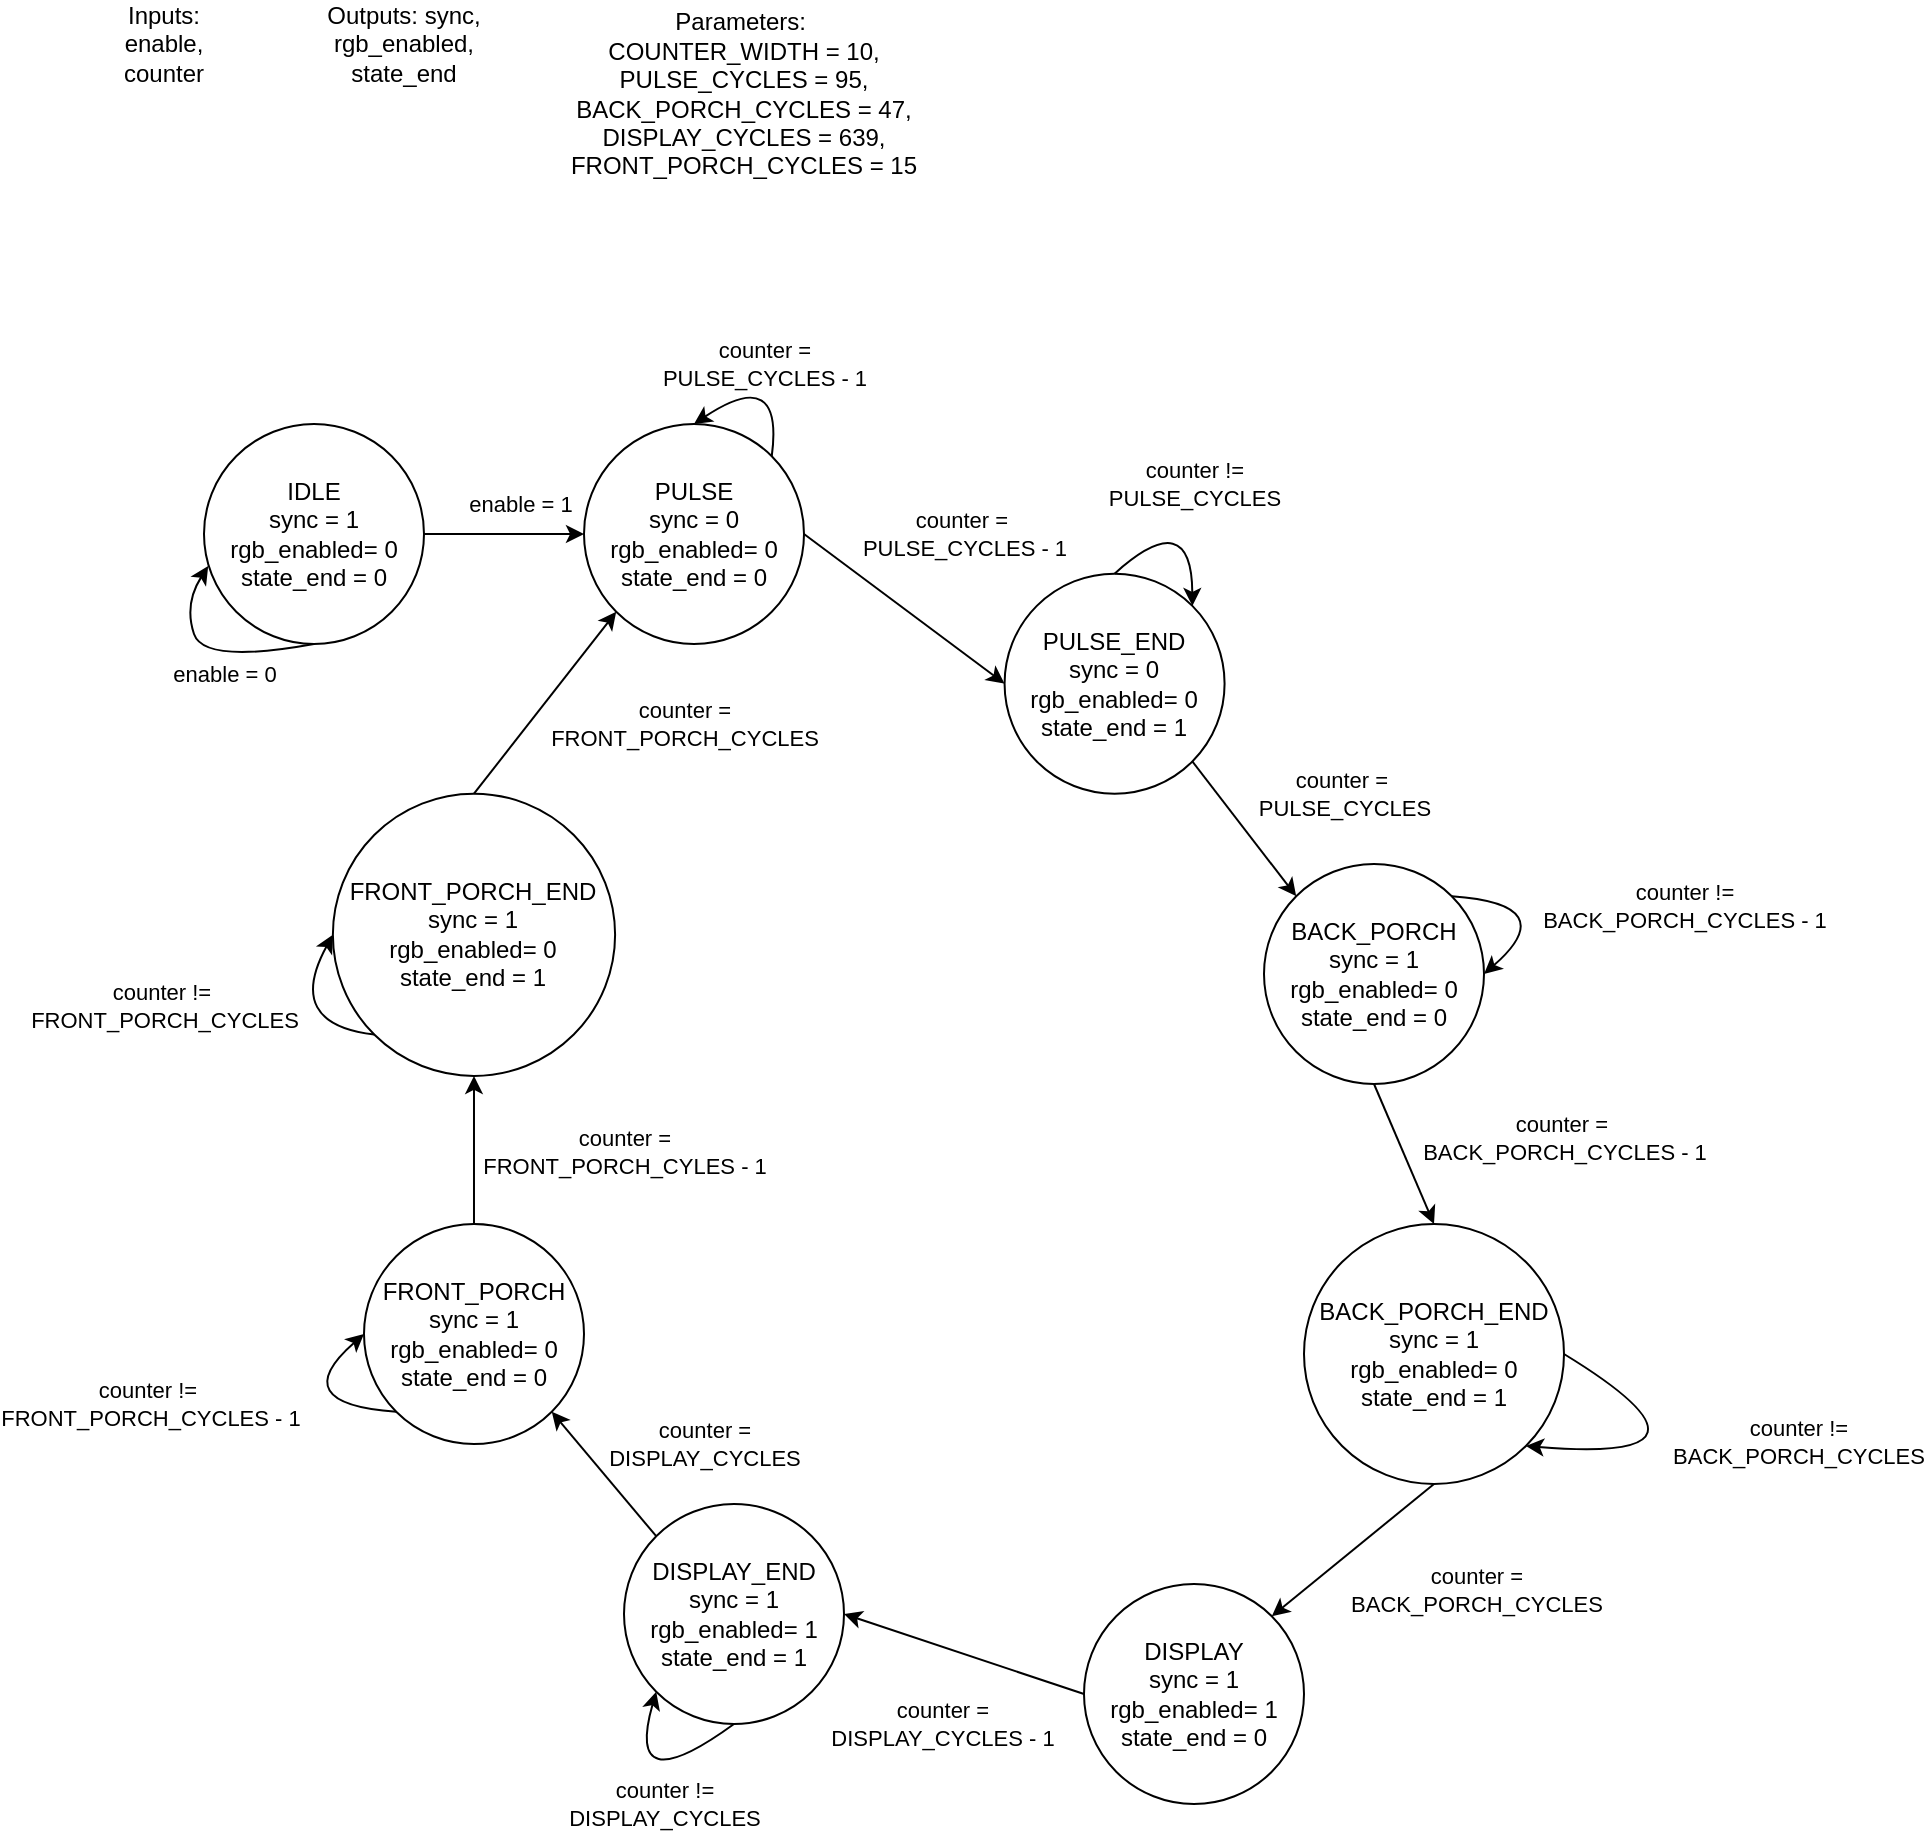
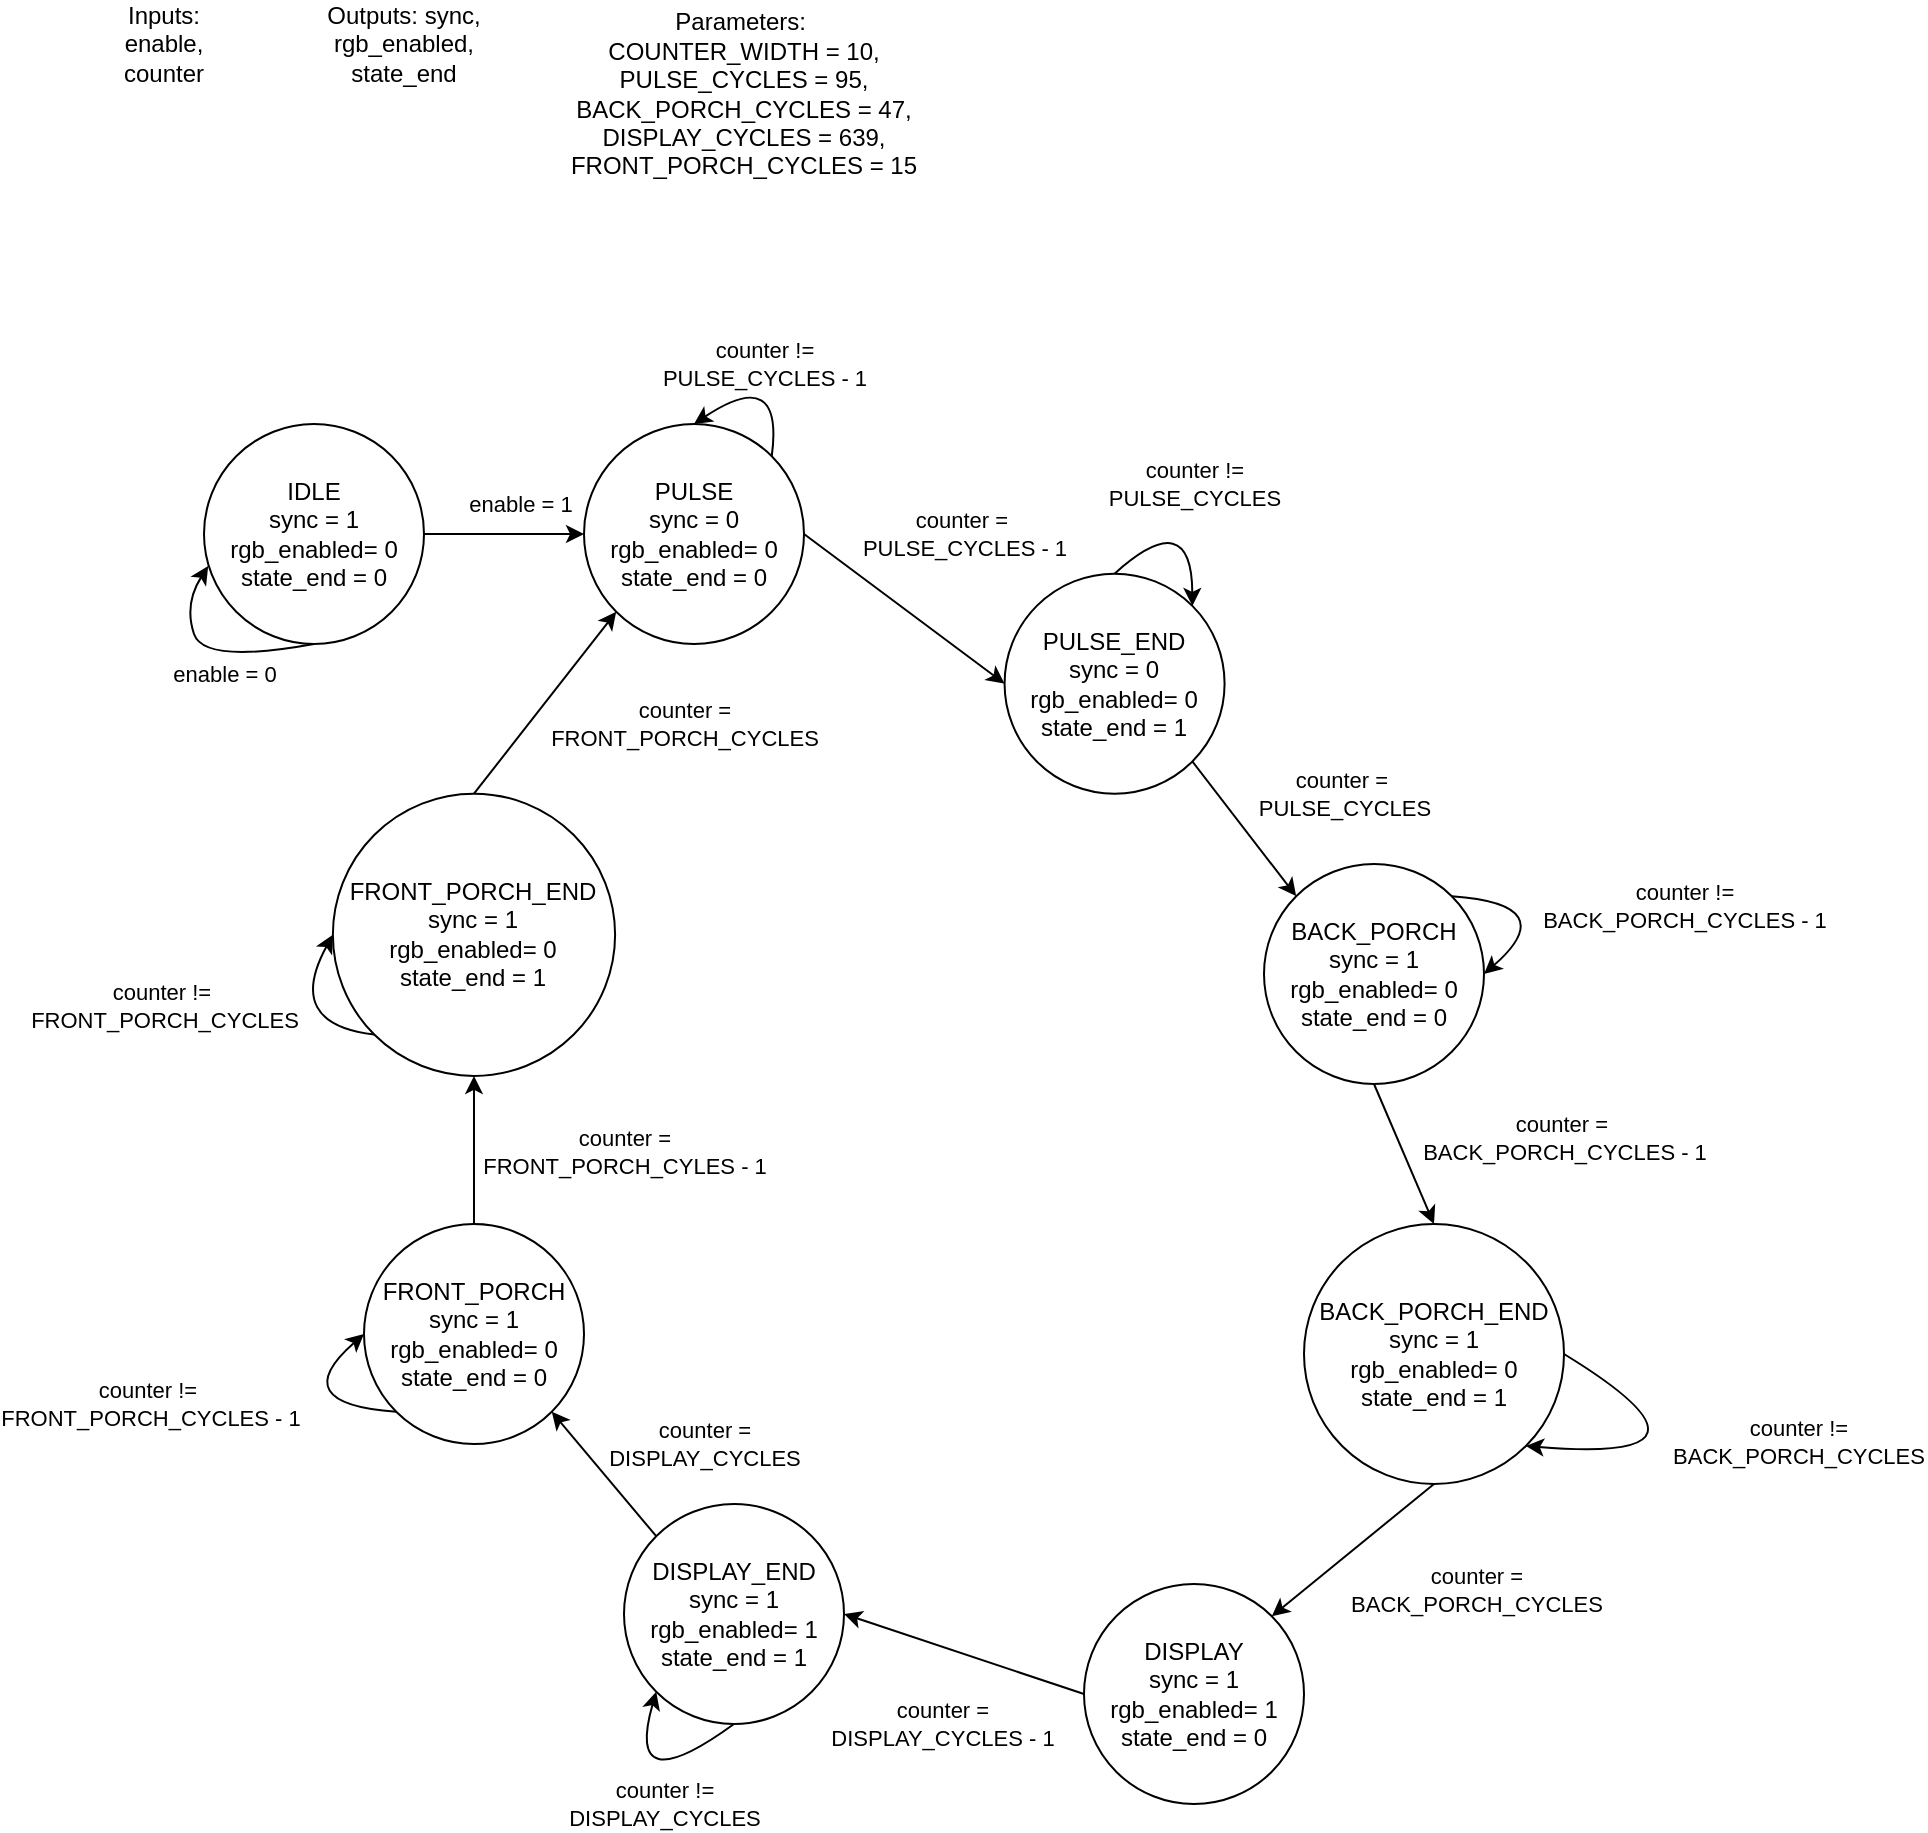
- <mxfile host="app.diagrams.net" agent="Mozilla/5.0 (Windows NT 10.0; Win64; x64) AppleWebKit/537.36 (KHTML, like Gecko) Chrome/131.0.0.0 Safari/537.36" version="24.9.0">
+ <mxfile host="app.diagrams.net" agent="Mozilla/5.0 (Windows NT 10.0; Win64; x64) AppleWebKit/537.36 (KHTML, like Gecko) Chrome/131.0.0.0 Safari/537.36" version="24.9.1">
  <diagram id="BSkb4SuryB6Not0z9dpE" name="Page-1">
-     <mxGraphModel dx="2868" dy="1476" grid="1" gridSize="10" guides="1" tooltips="1" connect="1" arrows="1" fold="1" page="1" pageScale="1" pageWidth="1169" pageHeight="1654" math="0" shadow="0">
+     <mxGraphModel dx="3243" dy="1098" grid="1" gridSize="10" guides="1" tooltips="1" connect="1" arrows="1" fold="1" page="1" pageScale="1" pageWidth="1169" pageHeight="1654" math="0" shadow="0">
      <root>
        <mxCell id="0" />
        <mxCell id="1" parent="0" />
-         <mxCell id="grUWPuFfjGzzOiQp5CND-1" style="edgeStyle=orthogonalEdgeStyle;rounded=0;orthogonalLoop=1;jettySize=auto;html=1;exitX=1;exitY=0.5;exitDx=0;exitDy=0;entryX=0;entryY=0.5;entryDx=0;entryDy=0;" edge="1" parent="1" source="grUWPuFfjGzzOiQp5CND-3" target="grUWPuFfjGzzOiQp5CND-8">
+         <mxCell id="grUWPuFfjGzzOiQp5CND-1" style="edgeStyle=orthogonalEdgeStyle;rounded=0;orthogonalLoop=1;jettySize=auto;html=1;exitX=1;exitY=0.5;exitDx=0;exitDy=0;entryX=0;entryY=0.5;entryDx=0;entryDy=0;" parent="1" source="grUWPuFfjGzzOiQp5CND-3" target="grUWPuFfjGzzOiQp5CND-8" edge="1">
          <mxGeometry relative="1" as="geometry">
            <mxPoint x="290" y="305" as="targetPoint" />
          </mxGeometry>
        </mxCell>
-         <mxCell id="grUWPuFfjGzzOiQp5CND-32" value="enable = 1" style="edgeLabel;html=1;align=center;verticalAlign=middle;resizable=0;points=[];" vertex="1" connectable="0" parent="grUWPuFfjGzzOiQp5CND-1">
+         <mxCell id="grUWPuFfjGzzOiQp5CND-32" value="enable = 1" style="edgeLabel;html=1;align=center;verticalAlign=middle;resizable=0;points=[];" parent="grUWPuFfjGzzOiQp5CND-1" vertex="1" connectable="0">
          <mxGeometry x="0.1821" y="1" relative="1" as="geometry">
            <mxPoint y="-14" as="offset" />
          </mxGeometry>
        </mxCell>
-         <mxCell id="grUWPuFfjGzzOiQp5CND-3" value="IDLE&lt;div&gt;sync = 1&lt;/div&gt;&lt;div&gt;rgb_enabled= 0&lt;/div&gt;&lt;div&gt;state_end = 0&lt;/div&gt;" style="ellipse;whiteSpace=wrap;html=1;aspect=fixed;" vertex="1" parent="1">
+         <mxCell id="grUWPuFfjGzzOiQp5CND-3" value="IDLE&lt;div&gt;sync = 1&lt;/div&gt;&lt;div&gt;rgb_enabled= 0&lt;/div&gt;&lt;div&gt;state_end = 0&lt;/div&gt;" style="ellipse;whiteSpace=wrap;html=1;aspect=fixed;" parent="1" vertex="1">
          <mxGeometry x="100" y="250" width="110" height="110" as="geometry" />
        </mxCell>
-         <mxCell id="grUWPuFfjGzzOiQp5CND-4" value="Inputs: enable, counter" style="text;html=1;align=center;verticalAlign=middle;whiteSpace=wrap;rounded=0;" vertex="1" parent="1">
+         <mxCell id="grUWPuFfjGzzOiQp5CND-4" value="Inputs: enable, counter" style="text;html=1;align=center;verticalAlign=middle;whiteSpace=wrap;rounded=0;" parent="1" vertex="1">
          <mxGeometry x="40" y="40" width="80" height="40" as="geometry" />
        </mxCell>
-         <mxCell id="grUWPuFfjGzzOiQp5CND-5" value="Outputs: sync,&lt;div&gt;rgb_enabled,&lt;/div&gt;&lt;div&gt;state_end&lt;/div&gt;" style="text;html=1;align=center;verticalAlign=middle;whiteSpace=wrap;rounded=0;" vertex="1" parent="1">
+         <mxCell id="grUWPuFfjGzzOiQp5CND-5" value="Outputs: sync,&lt;div&gt;rgb_enabled,&lt;/div&gt;&lt;div&gt;state_end&lt;/div&gt;" style="text;html=1;align=center;verticalAlign=middle;whiteSpace=wrap;rounded=0;" parent="1" vertex="1">
          <mxGeometry x="160" y="40" width="80" height="40" as="geometry" />
        </mxCell>
-         <mxCell id="grUWPuFfjGzzOiQp5CND-6" value="" style="curved=1;endArrow=classic;html=1;rounded=0;exitX=0.5;exitY=1;exitDx=0;exitDy=0;entryX=0.019;entryY=0.646;entryDx=0;entryDy=0;entryPerimeter=0;" edge="1" parent="1" source="grUWPuFfjGzzOiQp5CND-3" target="grUWPuFfjGzzOiQp5CND-3">
+         <mxCell id="grUWPuFfjGzzOiQp5CND-6" value="" style="curved=1;endArrow=classic;html=1;rounded=0;exitX=0.5;exitY=1;exitDx=0;exitDy=0;entryX=0.019;entryY=0.646;entryDx=0;entryDy=0;entryPerimeter=0;" parent="1" source="grUWPuFfjGzzOiQp5CND-3" target="grUWPuFfjGzzOiQp5CND-3" edge="1">
          <mxGeometry width="50" height="50" relative="1" as="geometry">
            <mxPoint x="120" y="440" as="sourcePoint" />
            <mxPoint x="170" y="390" as="targetPoint" />
            <Array as="points">
              <mxPoint x="100" y="370" />
              <mxPoint x="90" y="340" />
            </Array>
          </mxGeometry>
        </mxCell>
-         <mxCell id="grUWPuFfjGzzOiQp5CND-33" value="enable = 0" style="edgeLabel;html=1;align=center;verticalAlign=middle;resizable=0;points=[];" vertex="1" connectable="0" parent="grUWPuFfjGzzOiQp5CND-6">
+         <mxCell id="grUWPuFfjGzzOiQp5CND-33" value="enable = 0" style="edgeLabel;html=1;align=center;verticalAlign=middle;resizable=0;points=[];" parent="grUWPuFfjGzzOiQp5CND-6" vertex="1" connectable="0">
          <mxGeometry x="-0.1775" y="-4" relative="1" as="geometry">
            <mxPoint y="11" as="offset" />
          </mxGeometry>
        </mxCell>
-         <mxCell id="grUWPuFfjGzzOiQp5CND-8" value="PULSE&lt;div&gt;sync = 0&lt;/div&gt;&lt;div&gt;rgb_enabled= 0&lt;/div&gt;&lt;div&gt;state_end = 0&lt;/div&gt;" style="ellipse;whiteSpace=wrap;html=1;aspect=fixed;" vertex="1" parent="1">
+         <mxCell id="grUWPuFfjGzzOiQp5CND-8" value="PULSE&lt;div&gt;sync = 0&lt;/div&gt;&lt;div&gt;rgb_enabled= 0&lt;/div&gt;&lt;div&gt;state_end = 0&lt;/div&gt;" style="ellipse;whiteSpace=wrap;html=1;aspect=fixed;" parent="1" vertex="1">
          <mxGeometry x="290" y="250" width="110" height="110" as="geometry" />
        </mxCell>
-         <mxCell id="grUWPuFfjGzzOiQp5CND-9" value="" style="curved=1;endArrow=classic;html=1;rounded=0;exitX=1;exitY=0;exitDx=0;exitDy=0;entryX=0.5;entryY=0;entryDx=0;entryDy=0;" edge="1" parent="1" source="grUWPuFfjGzzOiQp5CND-8" target="grUWPuFfjGzzOiQp5CND-8">
+         <mxCell id="grUWPuFfjGzzOiQp5CND-9" value="" style="curved=1;endArrow=classic;html=1;rounded=0;exitX=1;exitY=0;exitDx=0;exitDy=0;entryX=0.5;entryY=0;entryDx=0;entryDy=0;" parent="1" source="grUWPuFfjGzzOiQp5CND-8" target="grUWPuFfjGzzOiQp5CND-8" edge="1">
          <mxGeometry width="50" height="50" relative="1" as="geometry">
            <mxPoint x="310" y="440" as="sourcePoint" />
            <mxPoint x="360" y="390" as="targetPoint" />
            <Array as="points">
              <mxPoint x="390" y="220" />
            </Array>
          </mxGeometry>
        </mxCell>
-         <mxCell id="grUWPuFfjGzzOiQp5CND-34" value="counter =&lt;div&gt;PULSE_CYCLES - 1&lt;/div&gt;" style="edgeLabel;html=1;align=center;verticalAlign=middle;resizable=0;points=[];" vertex="1" connectable="0" parent="grUWPuFfjGzzOiQp5CND-9">
+         <mxCell id="grUWPuFfjGzzOiQp5CND-34" value="counter !=&lt;div&gt;PULSE_CYCLES - 1&lt;/div&gt;" style="edgeLabel;html=1;align=center;verticalAlign=middle;resizable=0;points=[];" parent="grUWPuFfjGzzOiQp5CND-9" vertex="1" connectable="0">
          <mxGeometry x="-0.529" y="7" relative="1" as="geometry">
            <mxPoint y="-22" as="offset" />
          </mxGeometry>
        </mxCell>
-         <mxCell id="grUWPuFfjGzzOiQp5CND-13" value="Parameters:&amp;nbsp;&lt;div&gt;COUNTER_WIDTH = 10,&lt;div&gt;PULSE_CYCLES = 95,&lt;/div&gt;&lt;div&gt;BACK_PORCH_CYCLES = 47,&lt;/div&gt;&lt;/div&gt;&lt;div&gt;DISPLAY_CYCLES = 639,&lt;/div&gt;&lt;div&gt;FRONT_PORCH_CYCLES = 15&lt;/div&gt;" style="text;html=1;align=center;verticalAlign=middle;whiteSpace=wrap;rounded=0;" vertex="1" parent="1">
+         <mxCell id="grUWPuFfjGzzOiQp5CND-13" value="Parameters:&amp;nbsp;&lt;div&gt;COUNTER_WIDTH = 10,&lt;div&gt;PULSE_CYCLES = 95,&lt;/div&gt;&lt;div&gt;BACK_PORCH_CYCLES = 47,&lt;/div&gt;&lt;/div&gt;&lt;div&gt;DISPLAY_CYCLES = 639,&lt;/div&gt;&lt;div&gt;FRONT_PORCH_CYCLES = 15&lt;/div&gt;" style="text;html=1;align=center;verticalAlign=middle;whiteSpace=wrap;rounded=0;" parent="1" vertex="1">
          <mxGeometry x="280" y="40" width="180" height="90" as="geometry" />
        </mxCell>
-         <mxCell id="grUWPuFfjGzzOiQp5CND-14" value="PULSE_END&lt;div&gt;sync = 0&lt;/div&gt;&lt;div&gt;rgb_enabled= 0&lt;/div&gt;&lt;div&gt;state_end = 1&lt;/div&gt;" style="ellipse;whiteSpace=wrap;html=1;aspect=fixed;" vertex="1" parent="1">
+         <mxCell id="grUWPuFfjGzzOiQp5CND-14" value="PULSE_END&lt;div&gt;sync = 0&lt;/div&gt;&lt;div&gt;rgb_enabled= 0&lt;/div&gt;&lt;div&gt;state_end = 1&lt;/div&gt;" style="ellipse;whiteSpace=wrap;html=1;aspect=fixed;" parent="1" vertex="1">
          <mxGeometry x="500.29" y="324.84000000000003" width="110" height="110" as="geometry" />
        </mxCell>
-         <mxCell id="grUWPuFfjGzzOiQp5CND-18" value="" style="endArrow=classic;html=1;rounded=0;exitX=1;exitY=0.5;exitDx=0;exitDy=0;entryX=0;entryY=0.5;entryDx=0;entryDy=0;" edge="1" parent="1" source="grUWPuFfjGzzOiQp5CND-8" target="grUWPuFfjGzzOiQp5CND-14">
+         <mxCell id="grUWPuFfjGzzOiQp5CND-18" value="" style="endArrow=classic;html=1;rounded=0;exitX=1;exitY=0.5;exitDx=0;exitDy=0;entryX=0;entryY=0.5;entryDx=0;entryDy=0;" parent="1" source="grUWPuFfjGzzOiQp5CND-8" target="grUWPuFfjGzzOiQp5CND-14" edge="1">
          <mxGeometry width="50" height="50" relative="1" as="geometry">
            <mxPoint x="420" y="320" as="sourcePoint" />
            <mxPoint x="470" y="270" as="targetPoint" />
          </mxGeometry>
        </mxCell>
-         <mxCell id="grUWPuFfjGzzOiQp5CND-35" value="counter =&amp;nbsp;&lt;div&gt;PULSE_CYCLES - 1&lt;/div&gt;" style="edgeLabel;html=1;align=center;verticalAlign=middle;resizable=0;points=[];" vertex="1" connectable="0" parent="grUWPuFfjGzzOiQp5CND-18">
+         <mxCell id="grUWPuFfjGzzOiQp5CND-35" value="counter =&amp;nbsp;&lt;div&gt;PULSE_CYCLES - 1&lt;/div&gt;" style="edgeLabel;html=1;align=center;verticalAlign=middle;resizable=0;points=[];" parent="grUWPuFfjGzzOiQp5CND-18" vertex="1" connectable="0">
          <mxGeometry x="-0.0141" y="-1" relative="1" as="geometry">
            <mxPoint x="31" y="-38" as="offset" />
          </mxGeometry>
        </mxCell>
-         <mxCell id="grUWPuFfjGzzOiQp5CND-20" value="&lt;div&gt;BACK_PORCH&lt;/div&gt;&lt;div&gt;sync = 1&lt;/div&gt;&lt;div&gt;rgb_enabled= 0&lt;/div&gt;&lt;div&gt;state_end = 0&lt;/div&gt;" style="ellipse;whiteSpace=wrap;html=1;aspect=fixed;" vertex="1" parent="1">
+         <mxCell id="grUWPuFfjGzzOiQp5CND-20" value="&lt;div&gt;BACK_PORCH&lt;/div&gt;&lt;div&gt;sync = 1&lt;/div&gt;&lt;div&gt;rgb_enabled= 0&lt;/div&gt;&lt;div&gt;state_end = 0&lt;/div&gt;" style="ellipse;whiteSpace=wrap;html=1;aspect=fixed;" parent="1" vertex="1">
          <mxGeometry x="630" y="470" width="110" height="110" as="geometry" />
        </mxCell>
-         <mxCell id="grUWPuFfjGzzOiQp5CND-23" value="&lt;div&gt;BACK_PORCH_END&lt;/div&gt;&lt;div&gt;sync = 1&lt;/div&gt;&lt;div&gt;rgb_enabled= 0&lt;/div&gt;&lt;div&gt;state_end = 1&lt;/div&gt;" style="ellipse;whiteSpace=wrap;html=1;aspect=fixed;" vertex="1" parent="1">
+         <mxCell id="grUWPuFfjGzzOiQp5CND-23" value="&lt;div&gt;BACK_PORCH_END&lt;/div&gt;&lt;div&gt;sync = 1&lt;/div&gt;&lt;div&gt;rgb_enabled= 0&lt;/div&gt;&lt;div&gt;state_end = 1&lt;/div&gt;" style="ellipse;whiteSpace=wrap;html=1;aspect=fixed;" parent="1" vertex="1">
          <mxGeometry x="650" y="650" width="130" height="130" as="geometry" />
        </mxCell>
-         <mxCell id="grUWPuFfjGzzOiQp5CND-24" value="&lt;div&gt;DISPLAY&lt;/div&gt;&lt;div&gt;sync = 1&lt;/div&gt;&lt;div&gt;rgb_enabled= 1&lt;/div&gt;&lt;div&gt;state_end = 0&lt;/div&gt;" style="ellipse;whiteSpace=wrap;html=1;aspect=fixed;" vertex="1" parent="1">
+         <mxCell id="grUWPuFfjGzzOiQp5CND-24" value="&lt;div&gt;DISPLAY&lt;/div&gt;&lt;div&gt;sync = 1&lt;/div&gt;&lt;div&gt;rgb_enabled= 1&lt;/div&gt;&lt;div&gt;state_end = 0&lt;/div&gt;" style="ellipse;whiteSpace=wrap;html=1;aspect=fixed;" parent="1" vertex="1">
          <mxGeometry x="540" y="830" width="110" height="110" as="geometry" />
        </mxCell>
-         <mxCell id="grUWPuFfjGzzOiQp5CND-25" value="&lt;div&gt;DISPLAY_END&lt;/div&gt;&lt;div&gt;sync = 1&lt;/div&gt;&lt;div&gt;rgb_enabled= 1&lt;/div&gt;&lt;div&gt;state_end = 1&lt;/div&gt;" style="ellipse;whiteSpace=wrap;html=1;aspect=fixed;" vertex="1" parent="1">
+         <mxCell id="grUWPuFfjGzzOiQp5CND-25" value="&lt;div&gt;DISPLAY_END&lt;/div&gt;&lt;div&gt;sync = 1&lt;/div&gt;&lt;div&gt;rgb_enabled= 1&lt;/div&gt;&lt;div&gt;state_end = 1&lt;/div&gt;" style="ellipse;whiteSpace=wrap;html=1;aspect=fixed;" parent="1" vertex="1">
          <mxGeometry x="310" y="790" width="110" height="110" as="geometry" />
        </mxCell>
-         <mxCell id="grUWPuFfjGzzOiQp5CND-26" value="&lt;div&gt;FRONT_PORCH&lt;/div&gt;&lt;div&gt;sync = 1&lt;/div&gt;&lt;div&gt;rgb_enabled= 0&lt;/div&gt;&lt;div&gt;state_end = 0&lt;/div&gt;" style="ellipse;whiteSpace=wrap;html=1;aspect=fixed;" vertex="1" parent="1">
+         <mxCell id="grUWPuFfjGzzOiQp5CND-26" value="&lt;div&gt;FRONT_PORCH&lt;/div&gt;&lt;div&gt;sync = 1&lt;/div&gt;&lt;div&gt;rgb_enabled= 0&lt;/div&gt;&lt;div&gt;state_end = 0&lt;/div&gt;" style="ellipse;whiteSpace=wrap;html=1;aspect=fixed;" parent="1" vertex="1">
          <mxGeometry x="180" y="650" width="110" height="110" as="geometry" />
        </mxCell>
-         <mxCell id="grUWPuFfjGzzOiQp5CND-27" value="&lt;div&gt;FRONT_PORCH_END&lt;/div&gt;&lt;div&gt;sync = 1&lt;/div&gt;&lt;div&gt;rgb_enabled= 0&lt;/div&gt;&lt;div&gt;state_end = 1&lt;/div&gt;" style="ellipse;whiteSpace=wrap;html=1;aspect=fixed;" vertex="1" parent="1">
+         <mxCell id="grUWPuFfjGzzOiQp5CND-27" value="&lt;div&gt;FRONT_PORCH_END&lt;/div&gt;&lt;div&gt;sync = 1&lt;/div&gt;&lt;div&gt;rgb_enabled= 0&lt;/div&gt;&lt;div&gt;state_end = 1&lt;/div&gt;" style="ellipse;whiteSpace=wrap;html=1;aspect=fixed;" parent="1" vertex="1">
          <mxGeometry x="164.44" y="434.84" width="141.11" height="141.11" as="geometry" />
        </mxCell>
-         <mxCell id="grUWPuFfjGzzOiQp5CND-28" value="" style="endArrow=classic;html=1;rounded=0;exitX=0.5;exitY=0;exitDx=0;exitDy=0;entryX=0;entryY=1;entryDx=0;entryDy=0;" edge="1" parent="1" source="grUWPuFfjGzzOiQp5CND-27" target="grUWPuFfjGzzOiQp5CND-8">
+         <mxCell id="grUWPuFfjGzzOiQp5CND-28" value="" style="endArrow=classic;html=1;rounded=0;exitX=0.5;exitY=0;exitDx=0;exitDy=0;entryX=0;entryY=1;entryDx=0;entryDy=0;" parent="1" source="grUWPuFfjGzzOiQp5CND-27" target="grUWPuFfjGzzOiQp5CND-8" edge="1">
          <mxGeometry width="50" height="50" relative="1" as="geometry">
            <mxPoint x="330" y="430" as="sourcePoint" />
            <mxPoint x="380" y="380" as="targetPoint" />
          </mxGeometry>
        </mxCell>
-         <mxCell id="grUWPuFfjGzzOiQp5CND-30" value="counter =&lt;div&gt;FRONT_PORCH_CYCLES&lt;/div&gt;" style="edgeLabel;html=1;align=center;verticalAlign=middle;resizable=0;points=[];" vertex="1" connectable="0" parent="grUWPuFfjGzzOiQp5CND-28">
+         <mxCell id="grUWPuFfjGzzOiQp5CND-30" value="counter =&lt;div&gt;FRONT_PORCH_CYCLES&lt;/div&gt;" style="edgeLabel;html=1;align=center;verticalAlign=middle;resizable=0;points=[];" parent="grUWPuFfjGzzOiQp5CND-28" vertex="1" connectable="0">
          <mxGeometry x="-0.2739" relative="1" as="geometry">
            <mxPoint x="79" y="-2" as="offset" />
          </mxGeometry>
        </mxCell>
-         <mxCell id="grUWPuFfjGzzOiQp5CND-36" value="" style="endArrow=classic;html=1;rounded=0;exitX=0.5;exitY=0;exitDx=0;exitDy=0;entryX=0.5;entryY=1;entryDx=0;entryDy=0;" edge="1" parent="1" source="grUWPuFfjGzzOiQp5CND-26" target="grUWPuFfjGzzOiQp5CND-27">
+         <mxCell id="grUWPuFfjGzzOiQp5CND-36" value="" style="endArrow=classic;html=1;rounded=0;exitX=0.5;exitY=0;exitDx=0;exitDy=0;entryX=0.5;entryY=1;entryDx=0;entryDy=0;" parent="1" source="grUWPuFfjGzzOiQp5CND-26" target="grUWPuFfjGzzOiQp5CND-27" edge="1">
          <mxGeometry width="50" height="50" relative="1" as="geometry">
            <mxPoint x="350" y="630" as="sourcePoint" />
            <mxPoint x="400" y="580" as="targetPoint" />
          </mxGeometry>
        </mxCell>
-         <mxCell id="grUWPuFfjGzzOiQp5CND-37" value="counter =&lt;div&gt;FRONT_PORCH_CYLES - 1&lt;/div&gt;" style="edgeLabel;html=1;align=center;verticalAlign=middle;resizable=0;points=[];" vertex="1" connectable="0" parent="grUWPuFfjGzzOiQp5CND-36">
+         <mxCell id="grUWPuFfjGzzOiQp5CND-37" value="counter =&lt;div&gt;FRONT_PORCH_CYLES - 1&lt;/div&gt;" style="edgeLabel;html=1;align=center;verticalAlign=middle;resizable=0;points=[];" parent="grUWPuFfjGzzOiQp5CND-36" vertex="1" connectable="0">
          <mxGeometry x="-0.02" relative="1" as="geometry">
            <mxPoint x="75" as="offset" />
          </mxGeometry>
        </mxCell>
-         <mxCell id="grUWPuFfjGzzOiQp5CND-39" value="" style="endArrow=classic;html=1;rounded=0;exitX=0;exitY=1;exitDx=0;exitDy=0;entryX=0;entryY=0.5;entryDx=0;entryDy=0;curved=1;" edge="1" parent="1" source="grUWPuFfjGzzOiQp5CND-27" target="grUWPuFfjGzzOiQp5CND-27">
+         <mxCell id="grUWPuFfjGzzOiQp5CND-39" value="" style="endArrow=classic;html=1;rounded=0;exitX=0;exitY=1;exitDx=0;exitDy=0;entryX=0;entryY=0.5;entryDx=0;entryDy=0;curved=1;" parent="1" source="grUWPuFfjGzzOiQp5CND-27" target="grUWPuFfjGzzOiQp5CND-27" edge="1">
          <mxGeometry width="50" height="50" relative="1" as="geometry">
            <mxPoint x="60" y="490" as="sourcePoint" />
            <mxPoint x="110" y="440" as="targetPoint" />
            <Array as="points">
              <mxPoint x="140" y="550" />
            </Array>
          </mxGeometry>
        </mxCell>
-         <mxCell id="grUWPuFfjGzzOiQp5CND-40" value="counter !=&amp;nbsp;&lt;div&gt;FRONT_PORCH_CYCLES&lt;/div&gt;" style="edgeLabel;html=1;align=center;verticalAlign=middle;resizable=0;points=[];" vertex="1" connectable="0" parent="grUWPuFfjGzzOiQp5CND-39">
+         <mxCell id="grUWPuFfjGzzOiQp5CND-40" value="counter !=&amp;nbsp;&lt;div&gt;FRONT_PORCH_CYCLES&lt;/div&gt;" style="edgeLabel;html=1;align=center;verticalAlign=middle;resizable=0;points=[];" parent="grUWPuFfjGzzOiQp5CND-39" vertex="1" connectable="0">
          <mxGeometry x="0.2763" y="-10" relative="1" as="geometry">
            <mxPoint x="-77" as="offset" />
          </mxGeometry>
        </mxCell>
-         <mxCell id="grUWPuFfjGzzOiQp5CND-41" value="" style="endArrow=classic;html=1;rounded=0;exitX=0;exitY=1;exitDx=0;exitDy=0;entryX=0;entryY=0.5;entryDx=0;entryDy=0;curved=1;" edge="1" parent="1" source="grUWPuFfjGzzOiQp5CND-26" target="grUWPuFfjGzzOiQp5CND-26">
+         <mxCell id="grUWPuFfjGzzOiQp5CND-41" value="" style="endArrow=classic;html=1;rounded=0;exitX=0;exitY=1;exitDx=0;exitDy=0;entryX=0;entryY=0.5;entryDx=0;entryDy=0;curved=1;" parent="1" source="grUWPuFfjGzzOiQp5CND-26" target="grUWPuFfjGzzOiQp5CND-26" edge="1">
          <mxGeometry width="50" height="50" relative="1" as="geometry">
            <mxPoint x="90" y="770" as="sourcePoint" />
            <mxPoint x="140" y="720" as="targetPoint" />
            <Array as="points">
              <mxPoint x="140" y="740" />
            </Array>
          </mxGeometry>
        </mxCell>
-         <mxCell id="grUWPuFfjGzzOiQp5CND-42" value="counter !=&amp;nbsp;&lt;div&gt;FRONT_PORCH_CYCLES - 1&lt;/div&gt;" style="edgeLabel;html=1;align=center;verticalAlign=middle;resizable=0;points=[];" vertex="1" connectable="0" parent="grUWPuFfjGzzOiQp5CND-41">
+         <mxCell id="grUWPuFfjGzzOiQp5CND-42" value="counter !=&amp;nbsp;&lt;div&gt;FRONT_PORCH_CYCLES - 1&lt;/div&gt;" style="edgeLabel;html=1;align=center;verticalAlign=middle;resizable=0;points=[];" parent="grUWPuFfjGzzOiQp5CND-41" vertex="1" connectable="0">
          <mxGeometry x="-0.4805" y="-2" relative="1" as="geometry">
            <mxPoint x="-95" as="offset" />
          </mxGeometry>
        </mxCell>
-         <mxCell id="grUWPuFfjGzzOiQp5CND-43" value="" style="endArrow=classic;html=1;rounded=0;exitX=0;exitY=0;exitDx=0;exitDy=0;entryX=1;entryY=1;entryDx=0;entryDy=0;" edge="1" parent="1" source="grUWPuFfjGzzOiQp5CND-25" target="grUWPuFfjGzzOiQp5CND-26">
+         <mxCell id="grUWPuFfjGzzOiQp5CND-43" value="" style="endArrow=classic;html=1;rounded=0;exitX=0;exitY=0;exitDx=0;exitDy=0;entryX=1;entryY=1;entryDx=0;entryDy=0;" parent="1" source="grUWPuFfjGzzOiQp5CND-25" target="grUWPuFfjGzzOiQp5CND-26" edge="1">
          <mxGeometry width="50" height="50" relative="1" as="geometry">
            <mxPoint x="400" y="760" as="sourcePoint" />
            <mxPoint x="450" y="710" as="targetPoint" />
          </mxGeometry>
        </mxCell>
-         <mxCell id="grUWPuFfjGzzOiQp5CND-44" value="counter =&lt;div&gt;DISPLAY_CYCLES&lt;/div&gt;" style="edgeLabel;html=1;align=center;verticalAlign=middle;resizable=0;points=[];" vertex="1" connectable="0" parent="grUWPuFfjGzzOiQp5CND-43">
+         <mxCell id="grUWPuFfjGzzOiQp5CND-44" value="counter =&lt;div&gt;DISPLAY_CYCLES&lt;/div&gt;" style="edgeLabel;html=1;align=center;verticalAlign=middle;resizable=0;points=[];" parent="grUWPuFfjGzzOiQp5CND-43" vertex="1" connectable="0">
          <mxGeometry x="-0.0119" y="-1" relative="1" as="geometry">
            <mxPoint x="49" y="-15" as="offset" />
          </mxGeometry>
        </mxCell>
-         <mxCell id="grUWPuFfjGzzOiQp5CND-45" value="" style="endArrow=classic;html=1;rounded=0;exitX=0.5;exitY=1;exitDx=0;exitDy=0;entryX=0;entryY=1;entryDx=0;entryDy=0;curved=1;" edge="1" parent="1" source="grUWPuFfjGzzOiQp5CND-25" target="grUWPuFfjGzzOiQp5CND-25">
+         <mxCell id="grUWPuFfjGzzOiQp5CND-45" value="" style="endArrow=classic;html=1;rounded=0;exitX=0.5;exitY=1;exitDx=0;exitDy=0;entryX=0;entryY=1;entryDx=0;entryDy=0;curved=1;" parent="1" source="grUWPuFfjGzzOiQp5CND-25" target="grUWPuFfjGzzOiQp5CND-25" edge="1">
          <mxGeometry width="50" height="50" relative="1" as="geometry">
            <mxPoint x="261" y="972" as="sourcePoint" />
            <mxPoint x="330" y="960" as="targetPoint" />
            <Array as="points">
              <mxPoint x="310" y="940" />
            </Array>
          </mxGeometry>
        </mxCell>
-         <mxCell id="grUWPuFfjGzzOiQp5CND-46" value="counter !=&lt;div&gt;DISPLAY_CYCLES&lt;/div&gt;" style="edgeLabel;html=1;align=center;verticalAlign=middle;resizable=0;points=[];" vertex="1" connectable="0" parent="grUWPuFfjGzzOiQp5CND-45">
+         <mxCell id="grUWPuFfjGzzOiQp5CND-46" value="counter !=&lt;div&gt;DISPLAY_CYCLES&lt;/div&gt;" style="edgeLabel;html=1;align=center;verticalAlign=middle;resizable=0;points=[];" parent="grUWPuFfjGzzOiQp5CND-45" vertex="1" connectable="0">
          <mxGeometry x="-0.0119" y="-1" relative="1" as="geometry">
            <mxPoint x="16" y="4" as="offset" />
          </mxGeometry>
        </mxCell>
-         <mxCell id="grUWPuFfjGzzOiQp5CND-47" value="" style="endArrow=classic;html=1;rounded=0;exitX=0;exitY=0.5;exitDx=0;exitDy=0;entryX=1;entryY=0.5;entryDx=0;entryDy=0;" edge="1" parent="1" source="grUWPuFfjGzzOiQp5CND-24" target="grUWPuFfjGzzOiQp5CND-25">
+         <mxCell id="grUWPuFfjGzzOiQp5CND-47" value="" style="endArrow=classic;html=1;rounded=0;exitX=0;exitY=0.5;exitDx=0;exitDy=0;entryX=1;entryY=0.5;entryDx=0;entryDy=0;" parent="1" source="grUWPuFfjGzzOiQp5CND-24" target="grUWPuFfjGzzOiQp5CND-25" edge="1">
          <mxGeometry width="50" height="50" relative="1" as="geometry">
            <mxPoint x="580" y="790" as="sourcePoint" />
            <mxPoint x="630" y="740" as="targetPoint" />
          </mxGeometry>
        </mxCell>
-         <mxCell id="grUWPuFfjGzzOiQp5CND-49" value="counter =&lt;div&gt;DISPLAY_CYCLES - 1&lt;/div&gt;" style="edgeLabel;html=1;align=center;verticalAlign=middle;resizable=0;points=[];" vertex="1" connectable="0" parent="grUWPuFfjGzzOiQp5CND-47">
+         <mxCell id="grUWPuFfjGzzOiQp5CND-49" value="counter =&lt;div&gt;DISPLAY_CYCLES - 1&lt;/div&gt;" style="edgeLabel;html=1;align=center;verticalAlign=middle;resizable=0;points=[];" parent="grUWPuFfjGzzOiQp5CND-47" vertex="1" connectable="0">
          <mxGeometry x="-0.0528" relative="1" as="geometry">
            <mxPoint x="-14" y="34" as="offset" />
          </mxGeometry>
        </mxCell>
-         <mxCell id="grUWPuFfjGzzOiQp5CND-53" value="" style="endArrow=classic;html=1;rounded=0;exitX=0.5;exitY=1;exitDx=0;exitDy=0;entryX=1;entryY=0;entryDx=0;entryDy=0;" edge="1" parent="1" source="grUWPuFfjGzzOiQp5CND-23" target="grUWPuFfjGzzOiQp5CND-24">
+         <mxCell id="grUWPuFfjGzzOiQp5CND-53" value="" style="endArrow=classic;html=1;rounded=0;exitX=0.5;exitY=1;exitDx=0;exitDy=0;entryX=1;entryY=0;entryDx=0;entryDy=0;" parent="1" source="grUWPuFfjGzzOiQp5CND-23" target="grUWPuFfjGzzOiQp5CND-24" edge="1">
          <mxGeometry width="50" height="50" relative="1" as="geometry">
            <mxPoint x="810" y="870" as="sourcePoint" />
            <mxPoint x="860" y="820" as="targetPoint" />
          </mxGeometry>
        </mxCell>
-         <mxCell id="grUWPuFfjGzzOiQp5CND-54" value="counter =&lt;div&gt;BACK_PORCH_CYCLES&lt;/div&gt;" style="edgeLabel;html=1;align=center;verticalAlign=middle;resizable=0;points=[];" vertex="1" connectable="0" parent="grUWPuFfjGzzOiQp5CND-53">
+         <mxCell id="grUWPuFfjGzzOiQp5CND-54" value="counter =&lt;div&gt;BACK_PORCH_CYCLES&lt;/div&gt;" style="edgeLabel;html=1;align=center;verticalAlign=middle;resizable=0;points=[];" parent="grUWPuFfjGzzOiQp5CND-53" vertex="1" connectable="0">
          <mxGeometry x="-0.3965" y="-1" relative="1" as="geometry">
            <mxPoint x="46" y="34" as="offset" />
          </mxGeometry>
        </mxCell>
-         <mxCell id="grUWPuFfjGzzOiQp5CND-55" value="" style="endArrow=classic;html=1;rounded=0;exitX=1;exitY=0.5;exitDx=0;exitDy=0;entryX=1;entryY=1;entryDx=0;entryDy=0;curved=1;" edge="1" parent="1" source="grUWPuFfjGzzOiQp5CND-23" target="grUWPuFfjGzzOiQp5CND-23">
+         <mxCell id="grUWPuFfjGzzOiQp5CND-55" value="" style="endArrow=classic;html=1;rounded=0;exitX=1;exitY=0.5;exitDx=0;exitDy=0;entryX=1;entryY=1;entryDx=0;entryDy=0;curved=1;" parent="1" source="grUWPuFfjGzzOiQp5CND-23" target="grUWPuFfjGzzOiQp5CND-23" edge="1">
          <mxGeometry width="50" height="50" relative="1" as="geometry">
            <mxPoint x="870" y="780" as="sourcePoint" />
            <mxPoint x="920" y="730" as="targetPoint" />
            <Array as="points">
              <mxPoint x="870" y="770" />
            </Array>
          </mxGeometry>
        </mxCell>
-         <mxCell id="grUWPuFfjGzzOiQp5CND-57" value="counter !=&lt;div&gt;BACK_PORCH_CYCLES&lt;/div&gt;" style="edgeLabel;html=1;align=center;verticalAlign=middle;resizable=0;points=[];" vertex="1" connectable="0" parent="grUWPuFfjGzzOiQp5CND-55">
+         <mxCell id="grUWPuFfjGzzOiQp5CND-57" value="counter !=&lt;div&gt;BACK_PORCH_CYCLES&lt;/div&gt;" style="edgeLabel;html=1;align=center;verticalAlign=middle;resizable=0;points=[];" parent="grUWPuFfjGzzOiQp5CND-55" vertex="1" connectable="0">
          <mxGeometry x="0.4439" y="-7" relative="1" as="geometry">
            <mxPoint x="76" as="offset" />
          </mxGeometry>
        </mxCell>
-         <mxCell id="grUWPuFfjGzzOiQp5CND-58" value="" style="endArrow=classic;html=1;rounded=0;exitX=1;exitY=1;exitDx=0;exitDy=0;entryX=0;entryY=0;entryDx=0;entryDy=0;" edge="1" parent="1" source="grUWPuFfjGzzOiQp5CND-14" target="grUWPuFfjGzzOiQp5CND-20">
+         <mxCell id="grUWPuFfjGzzOiQp5CND-58" value="" style="endArrow=classic;html=1;rounded=0;exitX=1;exitY=1;exitDx=0;exitDy=0;entryX=0;entryY=0;entryDx=0;entryDy=0;" parent="1" source="grUWPuFfjGzzOiQp5CND-14" target="grUWPuFfjGzzOiQp5CND-20" edge="1">
          <mxGeometry width="50" height="50" relative="1" as="geometry">
            <mxPoint x="760" y="380" as="sourcePoint" />
            <mxPoint x="810" y="330" as="targetPoint" />
          </mxGeometry>
        </mxCell>
-         <mxCell id="grUWPuFfjGzzOiQp5CND-60" value="counter =&amp;nbsp;&lt;div&gt;PULSE_CYCLES&lt;/div&gt;" style="edgeLabel;html=1;align=center;verticalAlign=middle;resizable=0;points=[];" vertex="1" connectable="0" parent="grUWPuFfjGzzOiQp5CND-58">
+         <mxCell id="grUWPuFfjGzzOiQp5CND-60" value="counter =&amp;nbsp;&lt;div&gt;PULSE_CYCLES&lt;/div&gt;" style="edgeLabel;html=1;align=center;verticalAlign=middle;resizable=0;points=[];" parent="grUWPuFfjGzzOiQp5CND-58" vertex="1" connectable="0">
          <mxGeometry x="0.0689" relative="1" as="geometry">
            <mxPoint x="48" y="-20" as="offset" />
          </mxGeometry>
        </mxCell>
-         <mxCell id="grUWPuFfjGzzOiQp5CND-59" value="" style="endArrow=classic;html=1;rounded=0;exitX=0.5;exitY=1;exitDx=0;exitDy=0;entryX=0.5;entryY=0;entryDx=0;entryDy=0;" edge="1" parent="1" source="grUWPuFfjGzzOiQp5CND-20" target="grUWPuFfjGzzOiQp5CND-23">
+         <mxCell id="grUWPuFfjGzzOiQp5CND-59" value="" style="endArrow=classic;html=1;rounded=0;exitX=0.5;exitY=1;exitDx=0;exitDy=0;entryX=0.5;entryY=0;entryDx=0;entryDy=0;" parent="1" source="grUWPuFfjGzzOiQp5CND-20" target="grUWPuFfjGzzOiQp5CND-23" edge="1">
          <mxGeometry width="50" height="50" relative="1" as="geometry">
            <mxPoint x="910" y="590" as="sourcePoint" />
            <mxPoint x="960" y="540" as="targetPoint" />
          </mxGeometry>
        </mxCell>
-         <mxCell id="grUWPuFfjGzzOiQp5CND-63" value="counter =&amp;nbsp;&lt;div&gt;BACK_PORCH_CYCLES - 1&lt;/div&gt;" style="edgeLabel;html=1;align=center;verticalAlign=middle;resizable=0;points=[];" vertex="1" connectable="0" parent="grUWPuFfjGzzOiQp5CND-59">
+         <mxCell id="grUWPuFfjGzzOiQp5CND-63" value="counter =&amp;nbsp;&lt;div&gt;BACK_PORCH_CYCLES - 1&lt;/div&gt;" style="edgeLabel;html=1;align=center;verticalAlign=middle;resizable=0;points=[];" parent="grUWPuFfjGzzOiQp5CND-59" vertex="1" connectable="0">
          <mxGeometry x="-0.201" y="2" relative="1" as="geometry">
            <mxPoint x="81" as="offset" />
          </mxGeometry>
        </mxCell>
-         <mxCell id="grUWPuFfjGzzOiQp5CND-61" value="" style="endArrow=classic;html=1;rounded=0;exitX=0.5;exitY=0;exitDx=0;exitDy=0;entryX=1;entryY=0;entryDx=0;entryDy=0;curved=1;" edge="1" parent="1" source="grUWPuFfjGzzOiQp5CND-14" target="grUWPuFfjGzzOiQp5CND-14">
+         <mxCell id="grUWPuFfjGzzOiQp5CND-61" value="" style="endArrow=classic;html=1;rounded=0;exitX=0.5;exitY=0;exitDx=0;exitDy=0;entryX=1;entryY=0;entryDx=0;entryDy=0;curved=1;" parent="1" source="grUWPuFfjGzzOiQp5CND-14" target="grUWPuFfjGzzOiQp5CND-14" edge="1">
          <mxGeometry width="50" height="50" relative="1" as="geometry">
            <mxPoint x="620" y="310" as="sourcePoint" />
            <mxPoint x="670" y="260" as="targetPoint" />
            <Array as="points">
              <mxPoint x="594" y="290" />
            </Array>
          </mxGeometry>
        </mxCell>
-         <mxCell id="grUWPuFfjGzzOiQp5CND-62" value="counter !=&lt;div&gt;PULSE_CYCLES&lt;/div&gt;" style="edgeLabel;html=1;align=center;verticalAlign=middle;resizable=0;points=[];" vertex="1" connectable="0" parent="grUWPuFfjGzzOiQp5CND-61">
+         <mxCell id="grUWPuFfjGzzOiQp5CND-62" value="counter !=&lt;div&gt;PULSE_CYCLES&lt;/div&gt;" style="edgeLabel;html=1;align=center;verticalAlign=middle;resizable=0;points=[];" parent="grUWPuFfjGzzOiQp5CND-61" vertex="1" connectable="0">
          <mxGeometry x="0.47" y="-6" relative="1" as="geometry">
            <mxPoint x="7" y="-34" as="offset" />
          </mxGeometry>
        </mxCell>
-         <mxCell id="grUWPuFfjGzzOiQp5CND-64" value="" style="endArrow=classic;html=1;rounded=0;exitX=1;exitY=0;exitDx=0;exitDy=0;entryX=1;entryY=0.5;entryDx=0;entryDy=0;curved=1;" edge="1" parent="1" source="grUWPuFfjGzzOiQp5CND-20" target="grUWPuFfjGzzOiQp5CND-20">
+         <mxCell id="grUWPuFfjGzzOiQp5CND-64" value="" style="endArrow=classic;html=1;rounded=0;exitX=1;exitY=0;exitDx=0;exitDy=0;entryX=1;entryY=0.5;entryDx=0;entryDy=0;curved=1;" parent="1" source="grUWPuFfjGzzOiQp5CND-20" target="grUWPuFfjGzzOiQp5CND-20" edge="1">
          <mxGeometry width="50" height="50" relative="1" as="geometry">
            <mxPoint x="830" y="480" as="sourcePoint" />
            <mxPoint x="880" y="430" as="targetPoint" />
            <Array as="points">
              <mxPoint x="780" y="490" />
            </Array>
          </mxGeometry>
        </mxCell>
-         <mxCell id="grUWPuFfjGzzOiQp5CND-65" value="counter !=&lt;div&gt;BACK_PORCH_CYCLES - 1&lt;/div&gt;" style="edgeLabel;html=1;align=center;verticalAlign=middle;resizable=0;points=[];" vertex="1" connectable="0" parent="grUWPuFfjGzzOiQp5CND-64">
+         <mxCell id="grUWPuFfjGzzOiQp5CND-65" value="counter !=&lt;div&gt;BACK_PORCH_CYCLES - 1&lt;/div&gt;" style="edgeLabel;html=1;align=center;verticalAlign=middle;resizable=0;points=[];" parent="grUWPuFfjGzzOiQp5CND-64" vertex="1" connectable="0">
          <mxGeometry x="0.4645" y="-7" relative="1" as="geometry">
            <mxPoint x="82" y="-10" as="offset" />
          </mxGeometry>
        </mxCell>
      </root>
    </mxGraphModel>
  </diagram>
</mxfile>
